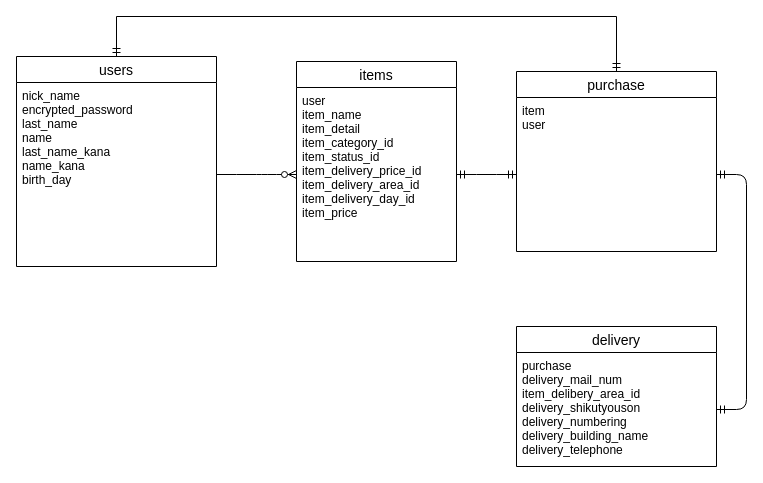
Before: DB.dio in yo108039/furima-32329, a draw.io diagram. Source tidied: cells renumbered, new cells numbered last; positions are measured from the earlier drawing's top-left corner, leaving out a move shared by most shapes. Both pictures are drawn from the tidied source at 100%, with x=0, y=0 at pixel (16, 16).
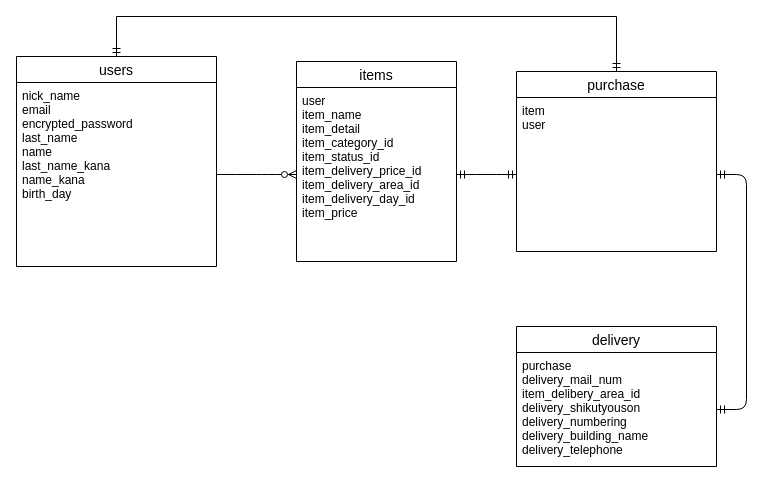
After the change.

Commit message (it also covers changes not shown here):
データベース設計(レビュー後修正 - 5回目)

What changed in the source:
```diff
@@
 <mxGraphModel>
   <root>
     <mxCell id="0" />
     <mxCell id="1" parent="0" />
     <mxCell id="2" value="users" style="swimlane;fontStyle=0;horizontal=1;startSize=26;align=center;fontSize=14;" parent="1" vertex="1">
       <mxGeometry y="40" width="200" height="210" as="geometry" />
     </mxCell>
-    <mxCell id="3" value="nick_name&#10;encrypted_password&#10;last_name&#10;name&#10;last_name_kana&#10;name_kana&#10;birth_day&#10;" style="text;strokeColor=none;fillColor=none;spacingLeft=4;spacingRight=4;overflow=hidden;points=[[0,0.5],[1,0.5]];portConstraint=eastwest;fontSize=12;" parent="2" vertex="1">
+    <mxCell id="3" value="nick_name&#10;email&#10;encrypted_password&#10;last_name&#10;name&#10;last_name_kana&#10;name_kana&#10;birth_day&#10;" style="text;strokeColor=none;fillColor=none;spacingLeft=4;spacingRight=4;overflow=hidden;points=[[0,0.5],[1,0.5]];portConstraint=eastwest;fontSize=12;" parent="2" vertex="1">
       <mxGeometry y="26" width="200" height="184" as="geometry" />
     </mxCell>
     <mxCell id="4" value="items" style="swimlane;fontStyle=0;horizontal=1;startSize=26;align=center;fontSize=14;" parent="1" vertex="1">
       <mxGeometry x="280" y="45" width="160" height="200" as="geometry" />
     </mxCell>
     <mxCell id="5" value="user&#10;item_name&#10;item_detail&#10;item_category_id&#10;item_status_id&#10;item_delivery_price_id&#10;item_delivery_area_id&#10;item_delivery_day_id&#10;item_price" style="text;strokeColor=none;fillColor=none;spacingLeft=4;spacingRight=4;overflow=hidden;points=[[0,0.5],[1,0.5]];portConstraint=eastwest;fontSize=12;" parent="4" vertex="1">
       <mxGeometry y="26" width="160" height="174" as="geometry" />
     </mxCell>
     <mxCell id="6" style="edgeStyle=orthogonalEdgeStyle;rounded=0;jettySize=auto;html=1;exitX=0.5;exitY=0;exitDx=0;exitDy=0;entryX=0.5;entryY=0;entryDx=0;entryDy=0;endArrow=ERmandOne;endFill=0;startArrow=ERmandOne;startFill=0;" parent="1" edge="1" source="7" target="2">
       <mxGeometry relative="1" as="geometry">
         <Array as="points">
           <mxPoint x="600" />
           <mxPoint x="100" />
         </Array>
       </mxGeometry>
     </mxCell>
     <mxCell id="7" value="purchase" style="swimlane;fontStyle=0;horizontal=1;startSize=26;align=center;fontSize=14;" parent="1" vertex="1">
       <mxGeometry x="500" y="55" width="200" height="180" as="geometry" />
     </mxCell>
     <mxCell id="8" value="item&#10;user&#10;" style="text;strokeColor=none;fillColor=none;spacingLeft=4;spacingRight=4;overflow=hidden;points=[[0,0.5],[1,0.5]];portConstraint=eastwest;fontSize=12;" parent="7" vertex="1">
       <mxGeometry y="26" width="200" height="154" as="geometry" />
     </mxCell>
     <mxCell id="9" value="delivery" style="swimlane;fontStyle=0;horizontal=1;startSize=26;align=center;fontSize=14;" parent="1" vertex="1">
       <mxGeometry x="500" y="310" width="200" height="140" as="geometry" />
     </mxCell>
     <mxCell id="10" value="purchase&#10;delivery_mail_num&#10;item_delibery_area_id&#10;delivery_shikutyouson&#10;delivery_numbering&#10;delivery_building_name&#10;delivery_telephone&#10;" style="text;strokeColor=none;fillColor=none;spacingLeft=4;spacingRight=4;overflow=hidden;points=[[0,0.5],[1,0.5]];portConstraint=eastwest;fontSize=12;" parent="9" vertex="1">
       <mxGeometry y="26" width="200" height="114" as="geometry" />
     </mxCell>
     <mxCell id="11" style="edgeStyle=entityRelationEdgeStyle;fontSize=12;html=1;endArrow=ERzeroToMany;endFill=1;entryX=0;entryY=0.5;entryDx=0;entryDy=0;" parent="1" edge="1" source="3" target="5">
       <mxGeometry relative="1" as="geometry" />
     </mxCell>
     <mxCell id="12" style="edgeStyle=entityRelationEdgeStyle;fontSize=12;html=1;endArrow=ERmandOne;startArrow=ERmandOne;shadow=0;exitX=1;exitY=0.5;exitDx=0;exitDy=0;entryX=0;entryY=0.5;entryDx=0;entryDy=0;" parent="1" edge="1" source="5" target="8">
       <mxGeometry relative="1" as="geometry" />
     </mxCell>
     <mxCell id="13" style="edgeStyle=entityRelationEdgeStyle;fontSize=12;html=1;endArrow=ERmandOne;startArrow=ERmandOne;shadow=0;entryX=1;entryY=0.5;entryDx=0;entryDy=0;" parent="1" edge="1" source="8" target="10">
       <mxGeometry relative="1" as="geometry" />
     </mxCell>
   </root>
 </mxGraphModel>
```
